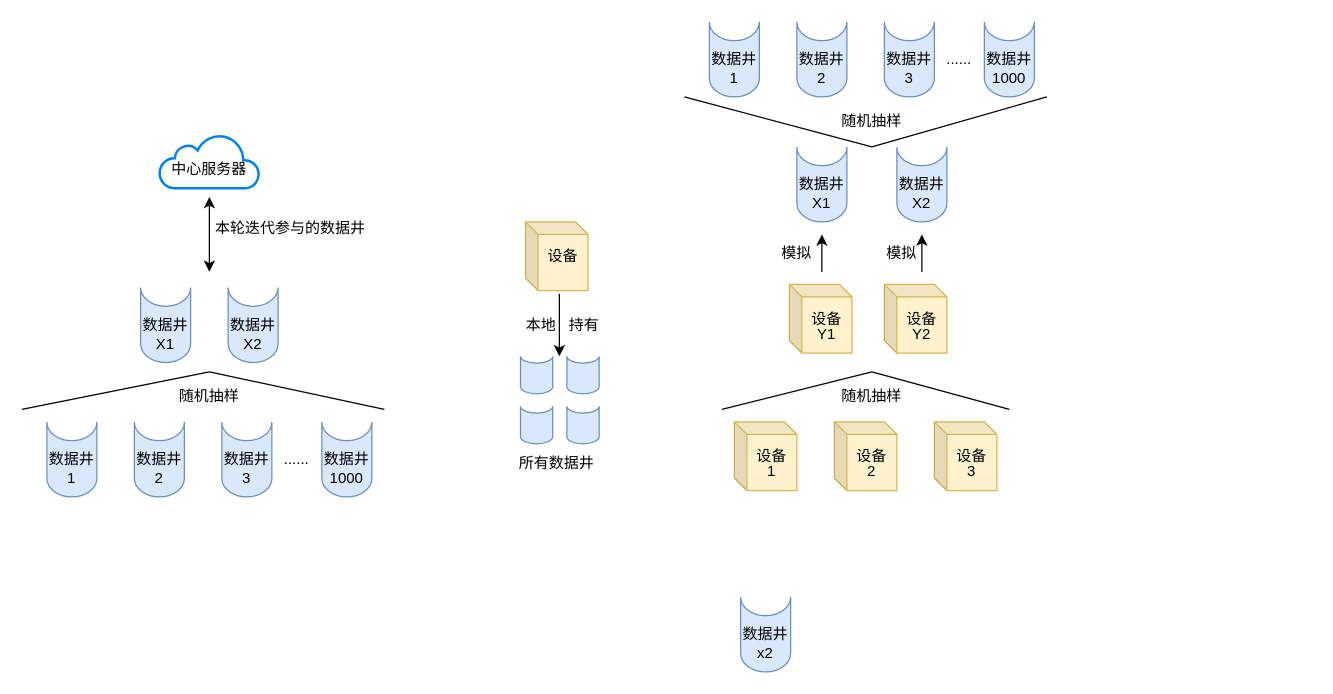
The draw.io diagram Untitled Diagram.drawio in DiamondDocument/DiamondDocument, before the edit. Source tidied: cells renumbered, new cells numbered last; positions are measured from the earlier drawing's top-left corner, leaving out a move shared by most shapes. Both pictures are drawn from the tidied source at 125%, with x=0, y=0 at pixel (21, 21).
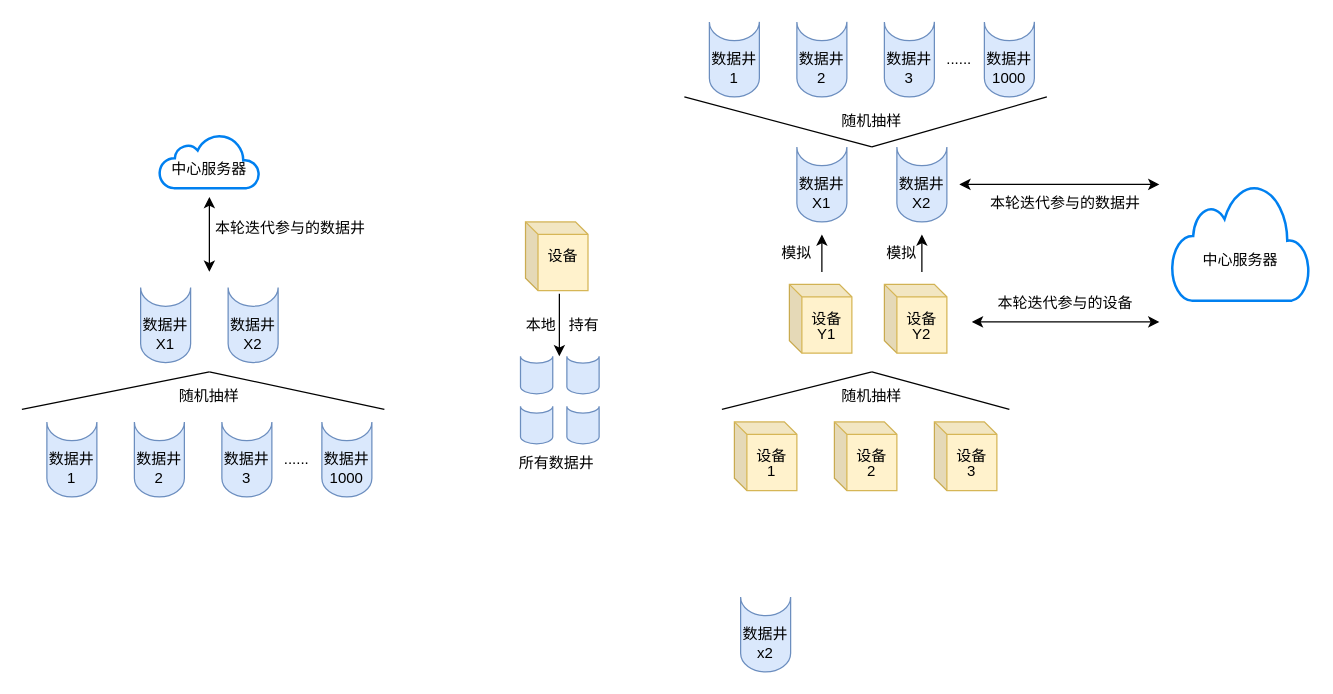
Above is the later version.

The change refers to these unchanged cells:
```xml
<mxCell id="88" value="X2" style="text;html=1;strokeColor=none;fillColor=none;align=center;verticalAlign=middle;whiteSpace=wrap;rounded=0;" parent="85" vertex="1">
  <mxGeometry y="30" width="60" height="30" as="geometry" />
</mxCell>
```

What changed in the source:
```diff
@@
+    <mxCell id="111" style="group;" parent="1" vertex="1">
+      <mxGeometry x="920" y="130" width="110" height="93" as="geometry" />
+    </mxCell>
+    <mxCell id="112" style="html=1;verticalLabelPosition=bottom;align=center;labelBackgroundColor=#ffffff;verticalAlign=top;strokeWidth=2;strokeColor=#0080F0;shadow=0;dashed=0;shape=mxgraph.ios7.icons.cloud;" parent="111" vertex="1">
+      <mxGeometry width="110" height="93" as="geometry" />
+    </mxCell>
+    <mxCell id="113" value="中心服务器" style="text;html=1;strokeColor=none;fillColor=none;align=center;verticalAlign=middle;whiteSpace=wrap;rounded=0;" parent="111" vertex="1">
+      <mxGeometry x="6.9" y="28.1" width="96.2" height="64.9" as="geometry" />
+    </mxCell>
+    <mxCell id="114" style="endArrow=classic;startArrow=classic;html=1;rounded=0;" parent="1" edge="1">
+      <mxGeometry relative="1" as="geometry">
+        <mxPoint x="760" y="240" as="sourcePoint" />
+        <mxPoint x="910" y="240" as="targetPoint" />
+      </mxGeometry>
+    </mxCell>
+    <mxCell id="115" value="本轮迭代参与的设备" style="text;html=1;strokeColor=none;fillColor=none;align=center;verticalAlign=middle;whiteSpace=wrap;rounded=0;" parent="1" vertex="1">
+      <mxGeometry x="770" y="210" width="130" height="30" as="geometry" />
+    </mxCell>
+    <mxCell id="116" value="本轮迭代参与的数据井" style="text;html=1;strokeColor=none;fillColor=none;align=center;verticalAlign=middle;whiteSpace=wrap;rounded=0;" parent="1" vertex="1">
+      <mxGeometry x="770" y="130" width="130" height="30" as="geometry" />
+    </mxCell>
+    <mxCell id="117" style="endArrow=classic;startArrow=classic;html=1;rounded=0;exitX=1;exitY=0;exitDx=0;exitDy=0;" parent="1" edge="1" source="88">
+      <mxGeometry relative="1" as="geometry">
+        <mxPoint x="910" y="130" as="targetPoint" />
+      </mxGeometry>
+    </mxCell>
```
